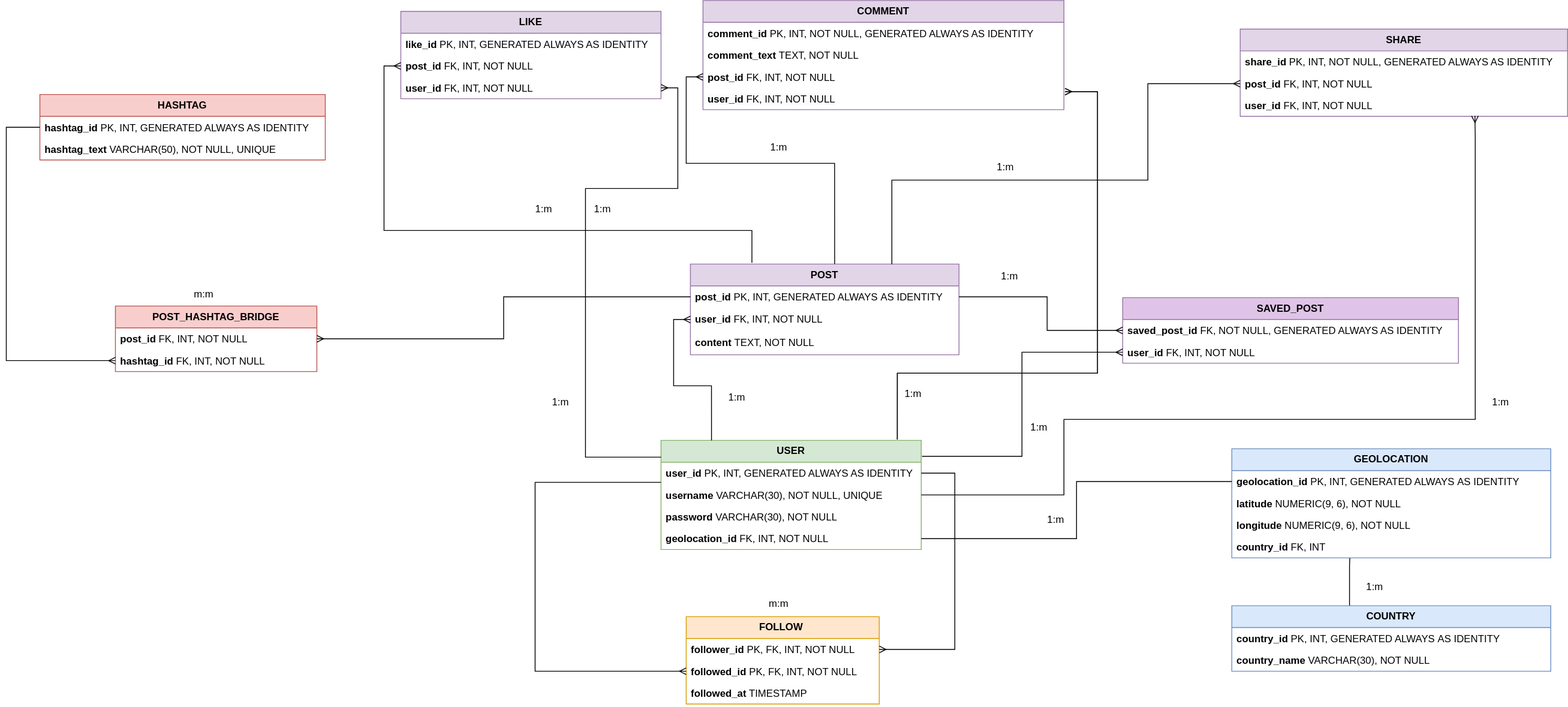
This is DB_Marta_Haik_HW_SocialMedia_diagram_fixed2.svg from mhaik/Marta_Haik_AU24, a draw.io export, as it was before one commit. Source tidied: cells renumbered, new cells last; positions are measured from the earlier drawing's top-left corner, leaving out a move shared by most shapes.
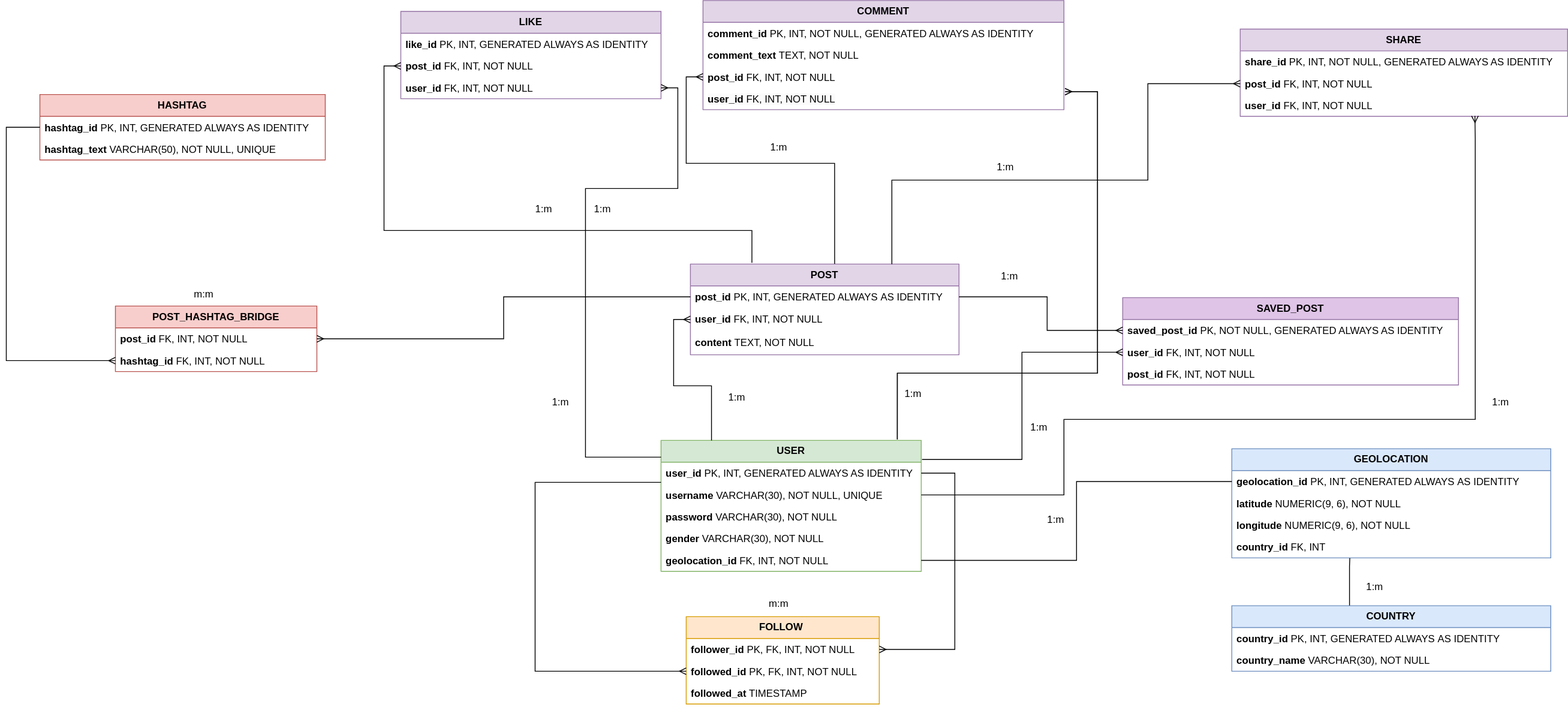
Above is the later version.

Diff of the diagram source:
```diff
@@ -3,7 +3,7 @@
     <mxCell id="0" />
     <mxCell id="1" parent="0" />
     <mxCell id="2" value="&lt;b&gt;USER&lt;/b&gt;" style="swimlane;fontStyle=0;horizontal=1;startSize=26;fillColor=#d5e8d4;whiteSpace=wrap;html=1;strokeColor=#82b366;" parent="1" vertex="1">
-      <mxGeometry x="780" y="524" width="310" height="130" as="geometry" />
+      <mxGeometry x="780" y="524" width="310" height="156" as="geometry" />
     </mxCell>
     <mxCell id="3" value="&lt;span style=&quot;color: rgba(0, 0, 0, 0); font-family: monospace; font-size: 0px; text-wrap-mode: nowrap;&quot;&gt;%3CmxGraphModel%3E%3Croot%3E%3CmxCell%20id%3D%220%22%2F%3E%3CmxCell%20id%3D%221%22%20parent%3D%220%22%2F%3E%3CmxCell%20id%3D%222%22%20value%3D%22%2B%20field%3A%20type%22%20style%3D%22text%3BstrokeColor%3Dnone%3BfillColor%3Dnone%3Balign%3Dleft%3BverticalAlign%3Dtop%3BspacingLeft%3D4%3BspacingRight%3D4%3Boverflow%3Dhidden%3Brotatable%3D0%3Bpoints%3D%5B%5B0%2C0.5%5D%2C%5B1%2C0.5%5D%5D%3BportConstraint%3Deastwest%3BwhiteSpace%3Dwrap%3Bhtml%3D1%3B%22%20vertex%3D%221%22%20parent%3D%221%22%3E%3CmxGeometry%20x%3D%22440%22%20y%3D%22518%22%20width%3D%22220%22%20height%3D%2230%22%20as%3D%22geometry%22%2F%3E%3C%2FmxCell%3E%3C%2Froot%3E%3C%2FmxGraphModel%3E&lt;/span&gt;&lt;b style=&quot;background-color: initial;&quot;&gt;user_id&lt;/b&gt;&lt;span style=&quot;background-color: initial;&quot;&gt;&amp;nbsp;PK, INT,&amp;nbsp;&lt;/span&gt;GENERATED ALWAYS &lt;span class=&quot;hljs-keyword&quot;&gt;AS&lt;/span&gt; &lt;span class=&quot;hljs-keyword&quot;&gt;IDENTITY&lt;/span&gt;&lt;p style=&quot;margin-left:18.0pt&quot; class=&quot;MsoNormal&quot;&gt;&lt;/p&gt;" style="text;strokeColor=none;fillColor=none;align=left;verticalAlign=top;spacingLeft=4;spacingRight=4;overflow=hidden;points=[[0,0.5],[1,0.5]];portConstraint=eastwest;whiteSpace=wrap;html=1;" parent="2" vertex="1">
       <mxGeometry y="26" width="310" height="26" as="geometry" />
@@ -14,8 +14,11 @@
     <mxCell id="5" value="&lt;b style=&quot;background-color: initial;&quot;&gt;password&lt;/b&gt;&lt;span style=&quot;background-color: initial;&quot;&gt;&amp;nbsp;VARCHAR(30), NOT NULL&lt;/span&gt;&lt;p style=&quot;margin-left:18.0pt&quot; class=&quot;MsoNormal&quot;&gt;&lt;/p&gt;" style="text;strokeColor=none;fillColor=none;align=left;verticalAlign=top;spacingLeft=4;spacingRight=4;overflow=hidden;whiteSpace=wrap;html=1;" parent="2" vertex="1">
       <mxGeometry y="78" width="310" height="26" as="geometry" />
     </mxCell>
+    <mxCell id="75" value="&lt;b&gt;gender&lt;/b&gt; VARCHAR(30), NOT NULL" style="text;strokeColor=none;fillColor=none;align=left;verticalAlign=top;spacingLeft=4;spacingRight=4;overflow=hidden;whiteSpace=wrap;html=1;" parent="2" vertex="1">
+      <mxGeometry y="104" width="310" height="26" as="geometry" />
+    </mxCell>
     <mxCell id="6" value="&lt;strong&gt;geolocation_id&lt;/strong&gt;&amp;nbsp;FK, INT, NOT NULL" style="text;strokeColor=none;fillColor=none;align=left;verticalAlign=top;spacingLeft=4;spacingRight=4;overflow=hidden;points=[[0,0.5],[1,0.5]];portConstraint=eastwest;whiteSpace=wrap;html=1;" parent="2" vertex="1">
-      <mxGeometry y="104" width="310" height="26" as="geometry" />
+      <mxGeometry y="130" width="310" height="26" as="geometry" />
     </mxCell>
     <mxCell id="7" value="&lt;b&gt;&lt;span style=&quot;line-height: 107%;&quot;&gt;&lt;font style=&quot;font-size: 12px;&quot;&gt;FOLLOW&amp;nbsp;&lt;/font&gt;&lt;/span&gt;&lt;/b&gt;" style="swimlane;fontStyle=0;horizontal=1;startSize=26;fillColor=#ffe6cc;whiteSpace=wrap;html=1;strokeColor=#d79b00;" parent="1" vertex="1">
       <mxGeometry x="810" y="734" width="230" height="104" as="geometry" />
@@ -105,14 +108,17 @@
       <mxGeometry y="52" width="240" height="26" as="geometry" />
     </mxCell>
     <mxCell id="36" value="&lt;b&gt;&lt;span style=&quot;line-height: 107%;&quot;&gt;&lt;font style=&quot;font-size: 12px;&quot;&gt;SAVED_POST&lt;/font&gt;&lt;/span&gt;&lt;/b&gt;" style="swimlane;fontStyle=0;horizontal=1;startSize=26;fillColor=#DFC4E7;whiteSpace=wrap;html=1;strokeColor=#9673a6;" parent="1" vertex="1">
-      <mxGeometry x="1330" y="354" width="400" height="78" as="geometry" />
+      <mxGeometry x="1330" y="354" width="400" height="104" as="geometry" />
     </mxCell>
-    <mxCell id="37" value="&lt;b style=&quot;background-color: initial;&quot;&gt;saved_post_id&lt;/b&gt;&lt;span style=&quot;background-color: initial;&quot;&gt;&amp;nbsp;FK, NOT NULL, GENERATED ALWAYS AS IDENTITY&lt;/span&gt;&lt;p style=&quot;margin-left:18.0pt&quot; class=&quot;MsoNormal&quot;&gt;&lt;/p&gt;" style="text;strokeColor=none;fillColor=none;align=left;verticalAlign=top;spacingLeft=4;spacingRight=4;overflow=hidden;points=[[0,0.5],[1,0.5]];portConstraint=eastwest;whiteSpace=wrap;html=1;" parent="36" vertex="1">
+    <mxCell id="37" value="&lt;b style=&quot;background-color: initial;&quot;&gt;saved_post_id&lt;/b&gt;&lt;span style=&quot;background-color: initial;&quot;&gt;&amp;nbsp;PK, NOT NULL, GENERATED ALWAYS AS IDENTITY&lt;/span&gt;&lt;p style=&quot;margin-left:18.0pt&quot; class=&quot;MsoNormal&quot;&gt;&lt;/p&gt;" style="text;strokeColor=none;fillColor=none;align=left;verticalAlign=top;spacingLeft=4;spacingRight=4;overflow=hidden;points=[[0,0.5],[1,0.5]];portConstraint=eastwest;whiteSpace=wrap;html=1;" parent="36" vertex="1">
       <mxGeometry y="26" width="400" height="26" as="geometry" />
     </mxCell>
     <mxCell id="38" value="&lt;b&gt;&lt;span style=&quot;line-height: 107%; font-family: Aptos, sans-serif;&quot;&gt;user_id&lt;/span&gt;&lt;/b&gt;&lt;span style=&quot;line-height: 107%; font-family: Aptos, sans-serif;&quot;&gt;&amp;nbsp;FK, INT, NOT NULL&lt;/span&gt;" style="text;strokeColor=none;fillColor=none;align=left;verticalAlign=top;spacingLeft=4;spacingRight=4;overflow=hidden;points=[[0,0.5],[1,0.5]];portConstraint=eastwest;whiteSpace=wrap;html=1;" parent="36" vertex="1">
       <mxGeometry y="52" width="400" height="26" as="geometry" />
     </mxCell>
+    <mxCell id="76" value="&lt;b&gt;&lt;span style=&quot;line-height: 12.84px; font-family: Aptos, sans-serif;&quot;&gt;post_id&lt;/span&gt;&lt;/b&gt;&lt;span style=&quot;line-height: 12.84px; font-family: Aptos, sans-serif;&quot;&gt;&amp;nbsp;FK, INT, NOT NULL&lt;/span&gt;" style="text;strokeColor=none;fillColor=none;align=left;verticalAlign=top;spacingLeft=4;spacingRight=4;overflow=hidden;whiteSpace=wrap;html=1;" parent="36" vertex="1">
+      <mxGeometry y="78" width="400" height="26" as="geometry" />
+    </mxCell>
     <mxCell id="39" value="&lt;b&gt;&lt;span style=&quot;line-height: 107%;&quot;&gt;&lt;font style=&quot;font-size: 12px;&quot;&gt;HASHTAG&lt;/font&gt;&lt;/span&gt;&lt;/b&gt;" style="swimlane;fontStyle=0;horizontal=1;startSize=26;fillColor=#f8cecc;whiteSpace=wrap;html=1;strokeColor=#b85450;" parent="1" vertex="1">
       <mxGeometry x="40" y="112" width="340" height="78" as="geometry" />
     </mxCell>
```
